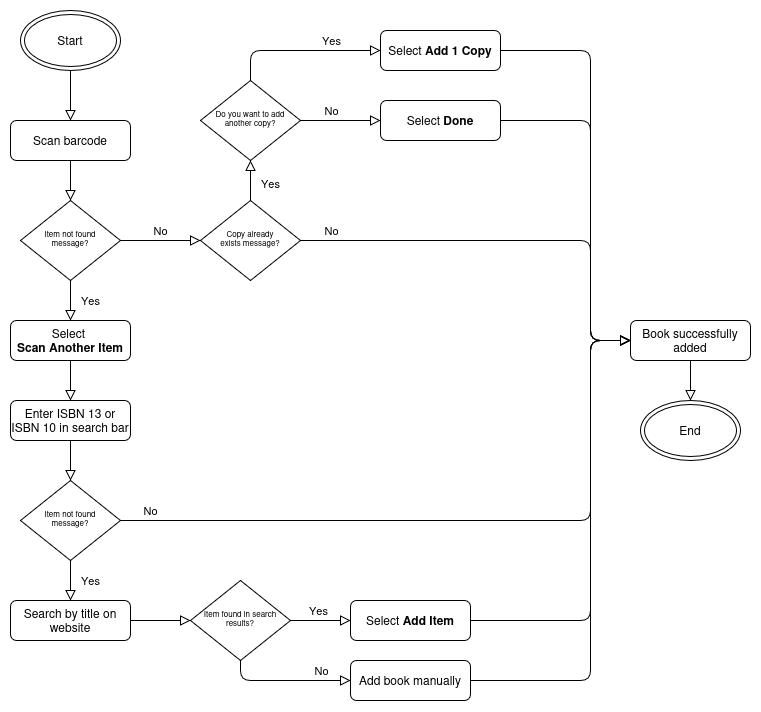
gmarti-web/gmarti-web.github.io keeps this draw.io diagram as pdf_projects/personal-library-book-onboarding/resources/images/add-new-book.drawio.png. Above is the earlier version. Source tidied: cells renumbered, new cells last; positions are measured from the earlier drawing's top-left corner, leaving out a move shared by most shapes.
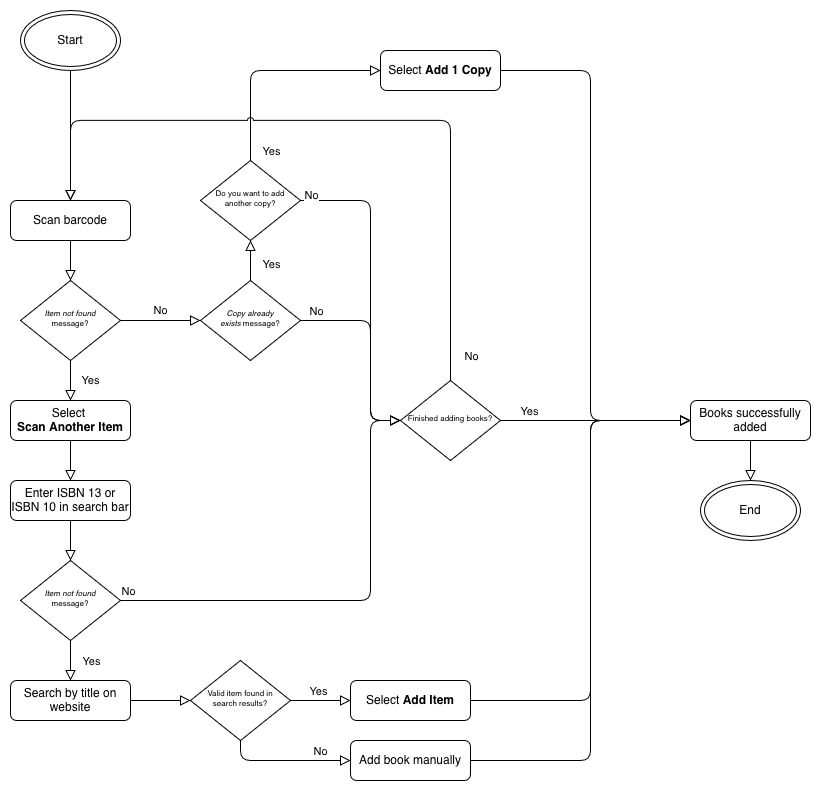
Above is the later version.

Commit message:
updated wording and diagram

The edit, as a diff of the source:
```diff
@@ -14,7 +14,7 @@
     <mxCell id="5" value="No" style="edgeStyle=orthogonalEdgeStyle;rounded=1;html=1;jettySize=auto;fontSize=11;endArrow=block;endFill=0;endSize=8;strokeWidth=1;shadow=0;labelBackgroundColor=none;curved=0;" parent="1" edge="1" source="6" target="18">
       <mxGeometry y="10" relative="1" as="geometry" />
     </mxCell>
-    <mxCell id="6" value="&lt;div&gt;Item not found&lt;/div&gt;&lt;div&gt;message?&lt;/div&gt;" style="rhombus;whiteSpace=wrap;html=1;shadow=0;fontFamily=Helvetica;fontSize=8;align=center;strokeWidth=1;spacing=6;spacingTop=-4;" parent="1" vertex="1">
+    <mxCell id="6" value="&lt;div&gt;&lt;i&gt;Item not found&lt;/i&gt;&lt;/div&gt;&lt;div&gt;message?&lt;/div&gt;" style="rhombus;whiteSpace=wrap;html=1;shadow=0;fontFamily=Helvetica;fontSize=8;align=center;strokeWidth=1;spacing=6;spacingTop=-4;" parent="1" vertex="1">
       <mxGeometry x="10" y="190" width="100" height="80" as="geometry" />
     </mxCell>
     <mxCell id="7" style="edgeStyle=orthogonalEdgeStyle;rounded=1;jettySize=auto;html=1;endSize=8;endArrow=block;endFill=0;curved=0;" parent="1" edge="1" source="30" target="31">
@@ -23,11 +23,11 @@
     <mxCell id="8" style="edgeStyle=orthogonalEdgeStyle;rounded=1;jettySize=auto;html=1;endSize=8;endArrow=block;endFill=0;curved=0;" parent="1" edge="1" source="31" target="13">
       <mxGeometry relative="1" as="geometry" />
     </mxCell>
-    <mxCell id="9" style="edgeStyle=orthogonalEdgeStyle;rounded=1;jettySize=auto;html=1;endSize=8;endArrow=block;endFill=0;curved=0;" parent="1" edge="1" source="13" target="20">
+    <mxCell id="9" style="edgeStyle=orthogonalEdgeStyle;rounded=1;jettySize=auto;html=1;endSize=8;endArrow=block;endFill=0;curved=0;" parent="1" edge="1" source="13" target="50">
       <mxGeometry relative="1" as="geometry">
         <Array as="points">
-          <mxPoint x="580" y="510" />
-          <mxPoint x="580" y="330" />
+          <mxPoint x="360" y="510" />
+          <mxPoint x="360" y="330" />
         </Array>
       </mxGeometry>
     </mxCell>
@@ -44,7 +44,7 @@
         <mxPoint x="19" y="5" as="offset" />
       </mxGeometry>
     </mxCell>
-    <mxCell id="13" value="&lt;div&gt;Item not found&lt;/div&gt;&lt;div&gt;message?&lt;/div&gt;" style="rhombus;whiteSpace=wrap;html=1;shadow=0;fontFamily=Helvetica;fontSize=8;align=center;strokeWidth=1;spacing=6;spacingTop=-4;" parent="1" vertex="1">
+    <mxCell id="13" value="&lt;div&gt;&lt;i&gt;Item not found&lt;/i&gt;&lt;/div&gt;&lt;div&gt;message?&lt;/div&gt;" style="rhombus;whiteSpace=wrap;html=1;shadow=0;fontFamily=Helvetica;fontSize=8;align=center;strokeWidth=1;spacing=6;spacingTop=-4;" parent="1" vertex="1">
       <mxGeometry x="10" y="470" width="100" height="80" as="geometry" />
     </mxCell>
     <mxCell id="14" style="edgeStyle=orthogonalEdgeStyle;rounded=1;jettySize=auto;html=1;endSize=8;endArrow=block;endFill=0;curved=0;" parent="1" edge="1" source="18" target="25">
@@ -55,46 +55,51 @@
         <mxPoint x="22" as="offset" />
       </mxGeometry>
     </mxCell>
-    <mxCell id="16" style="edgeStyle=orthogonalEdgeStyle;rounded=1;jettySize=auto;html=1;endSize=8;endArrow=block;endFill=0;curved=0;" parent="1" edge="1" source="18" target="20">
+    <mxCell id="16" style="edgeStyle=orthogonalEdgeStyle;rounded=1;jettySize=auto;html=1;endSize=8;endArrow=block;endFill=0;curved=0;" parent="1" edge="1" source="18" target="50">
       <mxGeometry relative="1" as="geometry">
         <Array as="points">
-          <mxPoint x="580" y="230" />
-          <mxPoint x="580" y="330" />
+          <mxPoint x="360" y="230" />
+          <mxPoint x="360" y="330" />
         </Array>
       </mxGeometry>
     </mxCell>
     <mxCell id="17" value="No" style="edgeLabel;html=1;align=center;verticalAlign=middle;" parent="16" vertex="1">
       <mxGeometry x="-0.7" y="-2" relative="1" as="geometry">
-        <mxPoint x="-34" y="-12" as="offset" />
+        <mxPoint x="-15" y="-12" as="offset" />
       </mxGeometry>
     </mxCell>
-    <mxCell id="18" value="&lt;div&gt;Copy already&lt;/div&gt;&lt;div&gt;exists message?&lt;/div&gt;" style="rhombus;whiteSpace=wrap;html=1;shadow=0;fontFamily=Helvetica;fontSize=8;align=center;strokeWidth=1;spacing=6;spacingTop=-4;" parent="1" vertex="1">
+    <mxCell id="18" value="&lt;div&gt;&lt;i&gt;Copy already&lt;/i&gt;&lt;/div&gt;&lt;div&gt;&lt;i&gt;exists&lt;/i&gt; message?&lt;/div&gt;" style="rhombus;whiteSpace=wrap;html=1;shadow=0;fontFamily=Helvetica;fontSize=8;align=center;strokeWidth=1;spacing=6;spacingTop=-4;" parent="1" vertex="1">
       <mxGeometry x="190" y="190" width="100" height="80" as="geometry" />
     </mxCell>
-    <mxCell id="19" style="edgeStyle=orthogonalEdgeStyle;rounded=0;jettySize=auto;html=1;endArrow=block;endFill=0;endSize=8;" parent="1" edge="1" source="20" target="45">
+    <mxCell id="19" style="edgeStyle=orthogonalEdgeStyle;rounded=1;jettySize=auto;html=1;endArrow=block;endFill=0;endSize=8;curved=0;" parent="1" edge="1" source="20" target="45">
       <mxGeometry relative="1" as="geometry" />
     </mxCell>
-    <mxCell id="20" value="&lt;div&gt;Book successfully&lt;/div&gt;&lt;div&gt;added&lt;/div&gt;" style="rounded=1;whiteSpace=wrap;html=1;fontSize=12;glass=0;strokeWidth=1;shadow=0;" parent="1" vertex="1">
-      <mxGeometry x="620" y="310" width="120" height="40" as="geometry" />
+    <mxCell id="20" value="&lt;div&gt;Books successfully&lt;/div&gt;&lt;div&gt;added&lt;/div&gt;" style="rounded=1;whiteSpace=wrap;html=1;fontSize=12;glass=0;strokeWidth=1;shadow=0;" parent="1" vertex="1">
+      <mxGeometry x="680" y="310" width="120" height="40" as="geometry" />
     </mxCell>
     <mxCell id="21" style="edgeStyle=orthogonalEdgeStyle;rounded=1;jettySize=auto;html=1;endSize=8;endArrow=block;endFill=0;curved=0;" parent="1" edge="1" source="25" target="27">
       <mxGeometry relative="1" as="geometry">
         <Array as="points">
-          <mxPoint x="240" y="40" />
+          <mxPoint x="240" y="-20" />
         </Array>
       </mxGeometry>
     </mxCell>
     <mxCell id="22" value="Yes" style="edgeLabel;html=1;align=center;verticalAlign=middle;" parent="21" vertex="1">
       <mxGeometry x="0.22" y="1" relative="1" as="geometry">
-        <mxPoint x="13" y="-9" as="offset" />
+        <mxPoint x="-24" y="81" as="offset" />
       </mxGeometry>
     </mxCell>
-    <mxCell id="23" style="edgeStyle=orthogonalEdgeStyle;rounded=1;jettySize=auto;html=1;endSize=8;endArrow=block;endFill=0;curved=0;" parent="1" edge="1" source="25" target="29">
-      <mxGeometry relative="1" as="geometry" />
+    <mxCell id="23" style="edgeStyle=orthogonalEdgeStyle;rounded=1;jettySize=auto;html=1;endSize=8;endArrow=block;endFill=0;curved=0;" parent="1" edge="1" source="25" target="50">
+      <mxGeometry relative="1" as="geometry">
+        <Array as="points">
+          <mxPoint x="360" y="110" />
+          <mxPoint x="360" y="330" />
+        </Array>
+      </mxGeometry>
     </mxCell>
     <mxCell id="24" value="No" style="edgeLabel;html=1;align=center;verticalAlign=middle;" parent="23" vertex="1">
       <mxGeometry x="-0.14" y="-3" relative="1" as="geometry">
-        <mxPoint x="-4" y="-13" as="offset" />
+        <mxPoint x="-57" y="-74" as="offset" />
       </mxGeometry>
     </mxCell>
     <mxCell id="25" value="Do you want to add another copy?" style="rhombus;whiteSpace=wrap;html=1;shadow=0;fontFamily=Helvetica;fontSize=8;align=center;strokeWidth=1;spacing=6;spacingTop=-4;" parent="1" vertex="1">
@@ -103,25 +108,14 @@
     <mxCell id="26" style="edgeStyle=orthogonalEdgeStyle;rounded=1;jettySize=auto;html=1;endSize=8;endArrow=block;endFill=0;curved=0;" parent="1" edge="1" source="27" target="20">
       <mxGeometry relative="1" as="geometry">
         <Array as="points">
-          <mxPoint x="580" y="40" />
+          <mxPoint x="580" y="-20" />
           <mxPoint x="580" y="330" />
         </Array>
       </mxGeometry>
     </mxCell>
     <mxCell id="27" value="Select&amp;nbsp;&lt;b&gt;Add 1 Copy&lt;/b&gt;" style="rounded=1;whiteSpace=wrap;html=1;fontSize=12;glass=0;strokeWidth=1;shadow=0;" parent="1" vertex="1">
-      <mxGeometry x="370" y="20" width="120" height="40" as="geometry" />
+      <mxGeometry x="370" y="-40" width="120" height="40" as="geometry" />
     </mxCell>
-    <mxCell id="28" style="edgeStyle=orthogonalEdgeStyle;rounded=1;jettySize=auto;html=1;endSize=8;endArrow=block;endFill=0;curved=0;" parent="1" edge="1" source="29" target="20">
-      <mxGeometry relative="1" as="geometry">
-        <Array as="points">
-          <mxPoint x="580" y="110" />
-          <mxPoint x="580" y="330" />
-        </Array>
-      </mxGeometry>
-    </mxCell>
-    <mxCell id="29" value="Select&amp;nbsp;&lt;b&gt;Done&lt;/b&gt;" style="rounded=1;whiteSpace=wrap;html=1;fontSize=12;glass=0;strokeWidth=1;shadow=0;" parent="1" vertex="1">
-      <mxGeometry x="370" y="90" width="120" height="40" as="geometry" />
-    </mxCell>
     <mxCell id="30" value="&lt;div&gt;Select&amp;nbsp;&lt;b&gt;&lt;br&gt;&lt;/b&gt;&lt;/div&gt;&lt;div&gt;&lt;b&gt;Scan Another Item&lt;/b&gt;&lt;/div&gt;" style="rounded=1;whiteSpace=wrap;html=1;fontSize=12;glass=0;strokeWidth=1;shadow=0;" parent="1" vertex="1">
       <mxGeometry y="310" width="120" height="40" as="geometry" />
     </mxCell>
@@ -154,7 +148,7 @@
         <mxPoint x="51" y="-12" as="offset" />
       </mxGeometry>
     </mxCell>
-    <mxCell id="38" value="Item found in search results?" style="rhombus;whiteSpace=wrap;html=1;shadow=0;fontFamily=Helvetica;fontSize=8;align=center;strokeWidth=1;spacing=6;spacingTop=-4;" parent="1" vertex="1">
+    <mxCell id="38" value="Valid item found in search results?" style="rhombus;whiteSpace=wrap;html=1;shadow=0;fontFamily=Helvetica;fontSize=8;align=center;strokeWidth=1;spacing=6;spacingTop=-4;" parent="1" vertex="1">
       <mxGeometry x="180" y="570" width="100" height="80" as="geometry" />
     </mxCell>
     <mxCell id="39" style="edgeStyle=orthogonalEdgeStyle;rounded=1;jettySize=auto;html=1;endSize=8;endArrow=block;endFill=0;curved=0;" parent="1" edge="1" source="40" target="20">
@@ -179,14 +173,38 @@
     <mxCell id="42" value="Add book manually" style="rounded=1;whiteSpace=wrap;html=1;fontSize=12;glass=0;strokeWidth=1;shadow=0;" parent="1" vertex="1">
       <mxGeometry x="340" y="650" width="120" height="40" as="geometry" />
     </mxCell>
-    <mxCell id="43" style="edgeStyle=orthogonalEdgeStyle;rounded=0;jettySize=auto;html=1;endSize=8;endArrow=block;endFill=0;" parent="1" edge="1" source="44" target="3">
+    <mxCell id="43" style="edgeStyle=orthogonalEdgeStyle;rounded=1;jettySize=auto;html=1;endSize=8;endArrow=block;endFill=0;curved=0;" parent="1" edge="1" source="44" target="3">
       <mxGeometry relative="1" as="geometry" />
     </mxCell>
     <mxCell id="44" value="Start" style="ellipse;shape=doubleEllipse;whiteSpace=wrap;html=1;" parent="1" vertex="1">
-      <mxGeometry x="10" width="100" height="60" as="geometry" />
+      <mxGeometry x="10" y="-80" width="100" height="60" as="geometry" />
     </mxCell>
     <mxCell id="45" value="End" style="ellipse;shape=doubleEllipse;whiteSpace=wrap;html=1;" parent="1" vertex="1">
-      <mxGeometry x="630" y="390" width="100" height="60" as="geometry" />
+      <mxGeometry x="690" y="390" width="100" height="60" as="geometry" />
     </mxCell>
+    <mxCell id="46" style="edgeStyle=orthogonalEdgeStyle;rounded=1;jettySize=auto;html=1;jumpStyle=arc;endSize=8;endArrow=block;endFill=0;entryX=0.5;entryY=0;entryDx=0;entryDy=0;curved=0;" parent="1" edge="1" source="50" target="3">
+      <mxGeometry relative="1" as="geometry">
+        <Array as="points">
+          <mxPoint x="440" y="30" />
+          <mxPoint x="60" y="30" />
+        </Array>
+      </mxGeometry>
+    </mxCell>
+    <mxCell id="47" value="No" style="edgeLabel;html=1;align=center;verticalAlign=middle;" parent="46" vertex="1">
+      <mxGeometry x="-0.84" y="-1" relative="1" as="geometry">
+        <mxPoint x="19" y="32" as="offset" />
+      </mxGeometry>
+    </mxCell>
+    <mxCell id="48" style="edgeStyle=orthogonalEdgeStyle;rounded=1;jettySize=auto;html=1;endSize=8;endArrow=block;endFill=0;curved=0;" parent="1" edge="1" source="50" target="20">
+      <mxGeometry relative="1" as="geometry" />
+    </mxCell>
+    <mxCell id="49" value="Yes" style="edgeLabel;html=1;align=center;verticalAlign=middle;" parent="48" vertex="1">
+      <mxGeometry x="-0.7" y="-2" relative="1" as="geometry">
+        <mxPoint y="-12" as="offset" />
+      </mxGeometry>
+    </mxCell>
+    <mxCell id="50" value="Finished adding books?" style="rhombus;whiteSpace=wrap;html=1;shadow=0;fontFamily=Helvetica;fontSize=8;align=center;strokeWidth=1;spacing=6;spacingTop=-4;" parent="1" vertex="1">
+      <mxGeometry x="390" y="290" width="100" height="80" as="geometry" />
+    </mxCell>
   </root>
 </mxGraphModel>
```
